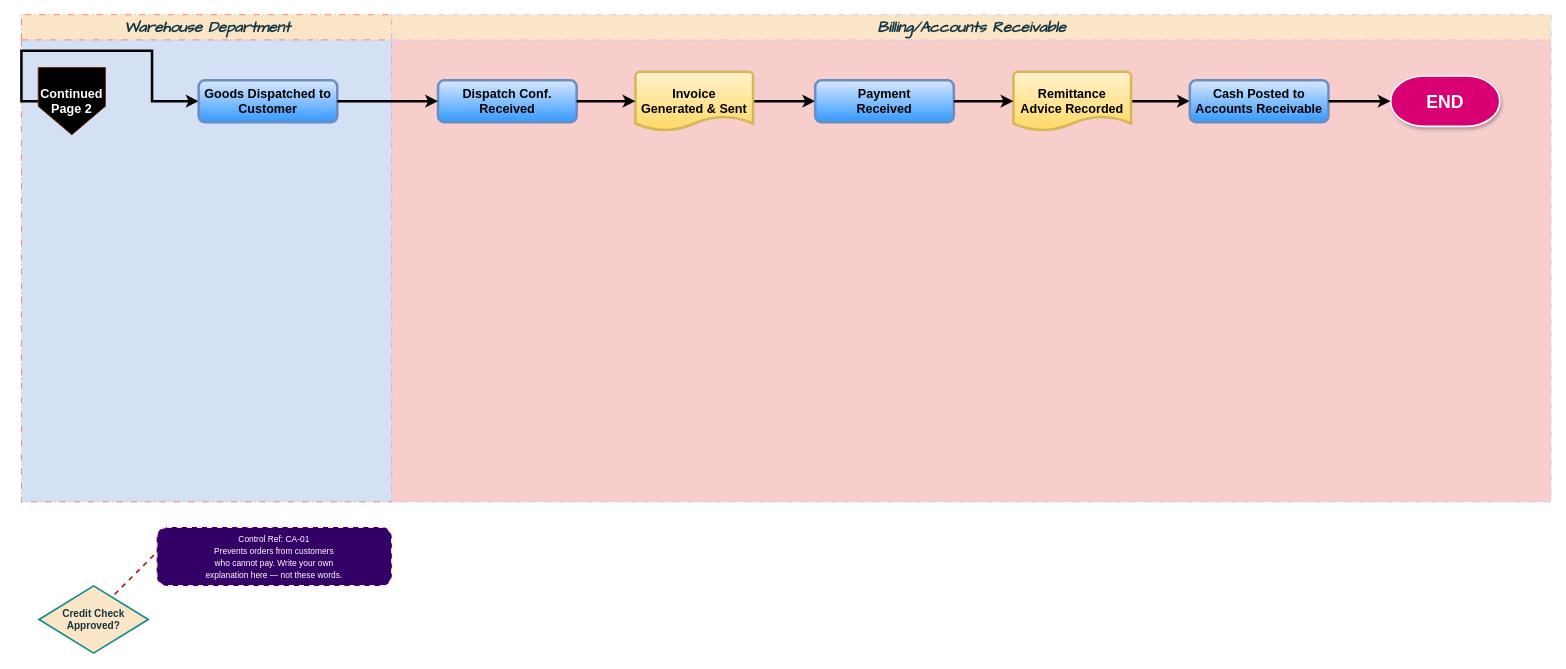
bchen9989/drawio keeps this draw.io diagram as page "Page 2" (2 of 2) of Revenue_Cycle_Controls.drawio. Above is the earlier version. Source tidied: cells renumbered, new cells numbered last; positions are measured from the earlier drawing's top-left corner, leaving out a move shared by most shapes. Both pictures are drawn from the tidied source at 84%, with x=0, y=0 at pixel (21, 14).
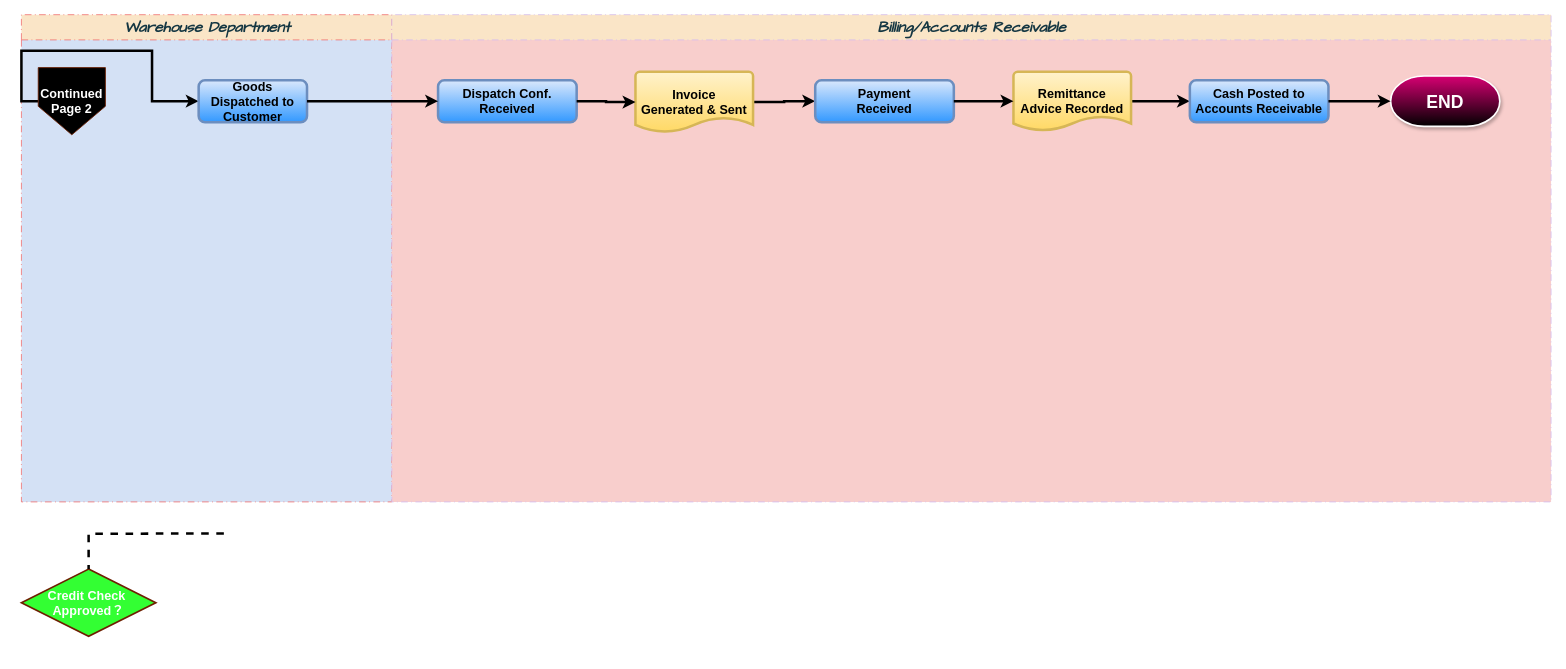
Above is the later version.

Unchanged cells that the change refers to:
```xml
<mxCell id="2" value="&lt;i&gt;&lt;font style=&quot;font-size: 18px;&quot; face=&quot;Comic Sans MS&quot;&gt;Warehouse Department&lt;/font&gt;&lt;/i&gt;" style="swimlane;startSize=30;html=1;strokeColor=light-dark(#f07575, #DA83FF);fontColor=#143642;fillColor=#FAE5C7;gradientColor=none;swimlaneFillColor=#D4E1F5;dashed=1;dashPattern=8 4 1 4;" parent="1" vertex="1">
  <mxGeometry width="441" height="580" as="geometry" />
</mxCell>
<mxCell id="12" value="&lt;font face=&quot;Comic Sans MS&quot; style=&quot;font-size: 18px;&quot;&gt;&lt;i style=&quot;&quot;&gt;Billing/Accounts Receivable&lt;/i&gt;&lt;/font&gt;" style="swimlane;startSize=30;html=1;strokeColor=light-dark(#d6beee, #da83ff);fontColor=#143642;fillColor=#FAE5C7;gradientColor=none;swimlaneFillColor=#F8CECC;dashed=1;dashPattern=8 4 1 4;" parent="1" vertex="1">
  <mxGeometry x="441" width="1380" height="580" as="geometry" />
</mxCell>
```

What changed in the source:
```diff
@@
     <mxCell id="11" value="&lt;span style=&quot;font-size: 15px;&quot;&gt;&lt;b&gt;Goods Dispatched to Customer&lt;/b&gt;&lt;/span&gt;" style="rounded=1;whiteSpace=wrap;html=1;absoluteArcSize=1;arcSize=15;strokeWidth=3;fillColor=#dae8fc;strokeColor=#6c8ebf;gradientColor=#3399FF;" parent="2" vertex="1">
-      <mxGeometry x="211" y="78" width="165" height="50" as="geometry" />
+      <mxGeometry x="211" y="78" width="129" height="50" as="geometry" />
     </mxCell>
@@
     <mxCell id="15" value="&lt;div&gt;&lt;span style=&quot;font-size: 15px;&quot;&gt;&lt;b&gt;Invoice&lt;/b&gt;&lt;/span&gt;&lt;/div&gt;&lt;div&gt;&lt;span style=&quot;font-size: 15px;&quot;&gt;&lt;b&gt;Generated &amp;amp; Sent&lt;/b&gt;&lt;/span&gt;&lt;/div&gt;" style="strokeWidth=3;html=1;shape=mxgraph.flowchart.document2;whiteSpace=wrap;size=0.24285714285714285;strokeColor=#d6b656;fillColor=#fff2cc;perimeterSpacing=0;gradientColor=#ffd966;" parent="12" vertex="1">
-      <mxGeometry x="290" y="68" width="140" height="70" as="geometry" />
+      <mxGeometry x="290" y="68" width="140" height="72" as="geometry" />
     </mxCell>
@@
-    <mxCell id="22" value="&lt;b&gt;&lt;font style=&quot;font-size: 21px;&quot;&gt;END&lt;/font&gt;&lt;/b&gt;" style="strokeWidth=2;html=1;shape=mxgraph.flowchart.terminator;whiteSpace=wrap;strokeColor=#FFFFFF;fillColor=#d80073;fontColor=#ffffff;shadow=1;" parent="12" vertex="1">
+    <mxCell id="22" value="&lt;b&gt;&lt;font style=&quot;font-size: 21px;&quot;&gt;END&lt;/font&gt;&lt;/b&gt;" style="strokeWidth=2;html=1;shape=mxgraph.flowchart.terminator;whiteSpace=wrap;strokeColor=#FFFFFF;fillColor=#d80073;fontColor=#ffffff;shadow=1;gradientColor=default;" parent="12" vertex="1">
       <mxGeometry x="1189" y="73" width="130" height="60" as="geometry" />
     </mxCell>
@@
-    <mxCell id="25" value="&lt;div&gt;&lt;b&gt;Credit Check&lt;/b&gt;&lt;/div&gt;&lt;div&gt;&lt;b&gt;Approved?&lt;/b&gt;&lt;/div&gt;" style="strokeWidth=2;html=1;shape=mxgraph.flowchart.decision;whiteSpace=wrap;strokeColor=#0F8B8D;fontColor=#143642;fillColor=#FAE5C7;" parent="1" vertex="1">
-      <mxGeometry x="21" y="680" width="130" height="80" as="geometry" />
-    </mxCell>
-    <mxCell id="26" value="&lt;div&gt;&lt;font style=&quot;font-size: 10px; color: rgb(255, 255, 255);&quot;&gt;Control Ref: CA-01&lt;/font&gt;&lt;/div&gt;&lt;div&gt;&lt;font style=&quot;font-size: 10px; color: rgb(255, 255, 255);&quot;&gt;Prevents orders from customers&lt;/font&gt;&lt;/div&gt;&lt;div&gt;&lt;font style=&quot;font-size: 10px; color: rgb(255, 255, 255);&quot;&gt;who cannot pay. Write your own&lt;/font&gt;&lt;/div&gt;&lt;div&gt;&lt;font style=&quot;font-size: 10px; color: rgb(255, 255, 255);&quot;&gt;explanation here — not these words.&lt;/font&gt;&lt;/div&gt;" style="rounded=1;whiteSpace=wrap;html=1;absoluteArcSize=1;arcSize=24;strokeWidth=2;strokeColor=#FFE6CC;fontColor=#143642;fillColor=#330066;dashed=1;" parent="1" vertex="1">
-      <mxGeometry x="161" y="610" width="280" height="70" as="geometry" />
-    </mxCell>
-    <mxCell id="27" style="endArrow=none;dashed=1;html=1;rounded=0;strokeColor=#A8201A;fontColor=#143642;fillColor=#FAE5C7;strokeWidth=2;" parent="1" edge="1">
-      <mxGeometry relative="1" as="geometry">
-        <mxPoint x="111" y="690" as="sourcePoint" />
-        <mxPoint x="161" y="640" as="targetPoint" />
-      </mxGeometry>
-    </mxCell>
+    <mxCell id="28" value="&lt;font style=&quot;font-size: 15px; color: rgb(255, 255, 255);&quot;&gt;&lt;b style=&quot;&quot;&gt;Credit Check&amp;nbsp;&lt;/b&gt;&lt;/font&gt;&lt;div&gt;&lt;font style=&quot;font-size: 15px; color: rgb(255, 255, 255);&quot;&gt;&lt;b style=&quot;&quot;&gt;Approved？&lt;/b&gt;&lt;/font&gt;&lt;/div&gt;" style="strokeWidth=2;html=1;shape=mxgraph.flowchart.decision;whiteSpace=wrap;strokeColor=#6D1F00;fillColor=#33FF33;fontColor=#ffffff;" parent="1" vertex="1">
+      <mxGeometry y="660" width="160" height="80" as="geometry" />
+    </mxCell>
+    <mxCell id="29" style="edgeStyle=orthogonalEdgeStyle;rounded=0;jettySize=auto;html=1;exitX=0;exitY=0.25;exitDx=0;exitDy=0;entryX=0.5;entryY=0;entryDx=0;entryDy=0;entryPerimeter=0;strokeWidth=3;endArrow=none;endFill=0;dashed=1;" parent="1" edge="1" target="28">
+      <mxGeometry relative="1" as="geometry">
+        <mxPoint x="241" y="617.5" as="sourcePoint" />
+      </mxGeometry>
+    </mxCell>
```
